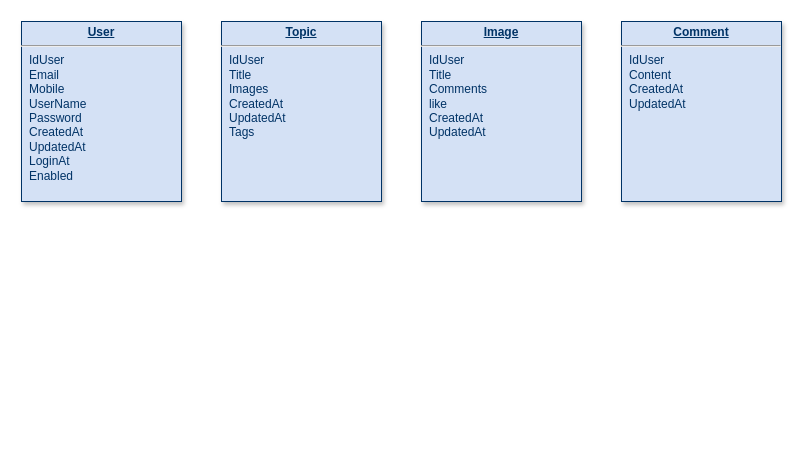
This is page "Database" (5 of 5) of gif.drawio from goldmine/base, a draw.io file, before an edit. Source tidied: cells renumbered, new cells numbered last; positions are measured from the earlier drawing's top-left corner, leaving out a move shared by most shapes. Both pictures are drawn from the tidied source at 100%, with x=0, y=0 at pixel (21, 21).
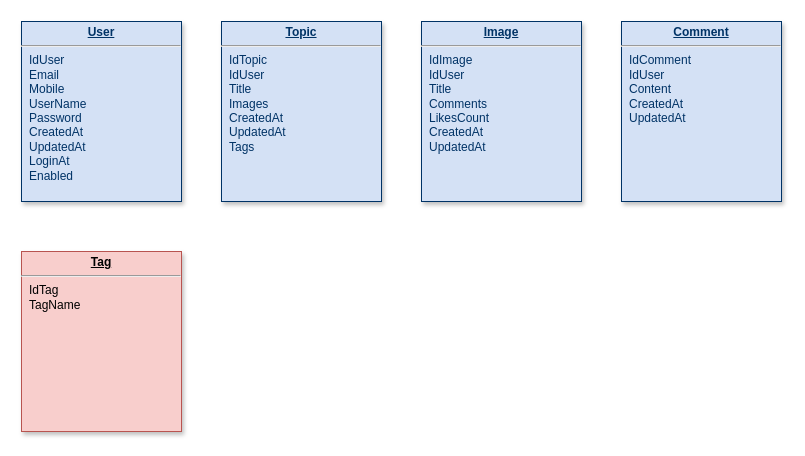
After the change.

What changed in the source:
```diff
@@
 <mxGraphModel>
   <root>
     <mxCell id="0" />
     <mxCell id="1" parent="0" />
-    <mxCell id="2" value="&lt;p style=&quot;margin: 0px ; margin-top: 4px ; text-align: center ; text-decoration: underline&quot;&gt;&lt;strong&gt;User&lt;/strong&gt;&lt;/p&gt;&lt;hr&gt;&lt;p style=&quot;margin: 0px ; margin-left: 8px&quot;&gt;IdUser&lt;/p&gt;&lt;p style=&quot;margin: 0px ; margin-left: 8px&quot;&gt;Email&lt;/p&gt;&lt;p style=&quot;margin: 0px ; margin-left: 8px&quot;&gt;Mobile&lt;/p&gt;&lt;p style=&quot;margin: 0px ; margin-left: 8px&quot;&gt;UserName&lt;/p&gt;&lt;p style=&quot;margin: 0px ; margin-left: 8px&quot;&gt;Password&lt;/p&gt;&lt;p style=&quot;margin: 0px ; margin-left: 8px&quot;&gt;CreatedAt&lt;/p&gt;&lt;p style=&quot;margin: 0px ; margin-left: 8px&quot;&gt;UpdatedAt&lt;/p&gt;&lt;p style=&quot;margin: 0px ; margin-left: 8px&quot;&gt;LoginAt&lt;/p&gt;&lt;p style=&quot;margin: 0px ; margin-left: 8px&quot;&gt;Enabled&lt;/p&gt;" style="verticalAlign=top;align=left;overflow=fill;fontSize=12;fontFamily=Helvetica;html=1;strokeColor=#003366;shadow=1;fillColor=#D4E1F5;fontColor=#003366;" parent="1" vertex="1">
+    <mxCell id="2" value="&lt;p style=&quot;margin: 0px ; margin-top: 4px ; text-align: center ; text-decoration: underline&quot;&gt;&lt;strong&gt;User&lt;/strong&gt;&lt;/p&gt;&lt;hr&gt;&lt;p style=&quot;margin: 0px ; margin-left: 8px&quot;&gt;IdUser&lt;/p&gt;&lt;p style=&quot;margin: 0px ; margin-left: 8px&quot;&gt;Email&lt;/p&gt;&lt;p style=&quot;margin: 0px ; margin-left: 8px&quot;&gt;Mobile&lt;/p&gt;&lt;p style=&quot;margin: 0px ; margin-left: 8px&quot;&gt;UserName&lt;/p&gt;&lt;p style=&quot;margin: 0px ; margin-left: 8px&quot;&gt;Password&lt;/p&gt;&lt;p style=&quot;margin: 0px ; margin-left: 8px&quot;&gt;CreatedAt&lt;/p&gt;&lt;p style=&quot;margin: 0px ; margin-left: 8px&quot;&gt;UpdatedAt&lt;/p&gt;&lt;p style=&quot;margin: 0px ; margin-left: 8px&quot;&gt;LoginAt&lt;/p&gt;&lt;p style=&quot;margin: 0px ; margin-left: 8px&quot;&gt;Enabled&lt;/p&gt;&lt;p style=&quot;margin: 0px ; margin-left: 8px&quot;&gt;&lt;br&gt;&lt;/p&gt;" style="verticalAlign=top;align=left;overflow=fill;fontSize=12;fontFamily=Helvetica;html=1;strokeColor=#003366;shadow=1;fillColor=#D4E1F5;fontColor=#003366;" parent="1" vertex="1">
       <mxGeometry width="160" height="180" as="geometry" />
     </mxCell>
-    <mxCell id="3" value="&lt;p style=&quot;margin: 0px ; margin-top: 4px ; text-align: center ; text-decoration: underline&quot;&gt;&lt;strong&gt;Topic&lt;/strong&gt;&lt;/p&gt;&lt;hr&gt;&lt;p style=&quot;margin: 0px ; margin-left: 8px&quot;&gt;IdUser&lt;/p&gt;&lt;p style=&quot;margin: 0px ; margin-left: 8px&quot;&gt;Title&lt;/p&gt;&lt;p style=&quot;margin: 0px ; margin-left: 8px&quot;&gt;Images&lt;/p&gt;&lt;p style=&quot;margin: 0px 0px 0px 8px&quot;&gt;CreatedAt&lt;/p&gt;&lt;p style=&quot;margin: 0px 0px 0px 8px&quot;&gt;UpdatedAt&lt;/p&gt;&lt;p style=&quot;margin: 0px 0px 0px 8px&quot;&gt;Tags&lt;/p&gt;&lt;p style=&quot;margin: 0px ; margin-left: 8px&quot;&gt;&lt;br&gt;&lt;/p&gt;" style="verticalAlign=top;align=left;overflow=fill;fontSize=12;fontFamily=Helvetica;html=1;strokeColor=#003366;shadow=1;fillColor=#D4E1F5;fontColor=#003366;" parent="1" vertex="1">
+    <mxCell id="3" value="&lt;p style=&quot;margin: 0px ; margin-top: 4px ; text-align: center ; text-decoration: underline&quot;&gt;&lt;strong&gt;Topic&lt;/strong&gt;&lt;/p&gt;&lt;hr&gt;&lt;p style=&quot;margin: 0px ; margin-left: 8px&quot;&gt;IdTopic&lt;/p&gt;&lt;p style=&quot;margin: 0px ; margin-left: 8px&quot;&gt;IdUser&lt;/p&gt;&lt;p style=&quot;margin: 0px ; margin-left: 8px&quot;&gt;Title&lt;/p&gt;&lt;p style=&quot;margin: 0px ; margin-left: 8px&quot;&gt;Images&lt;/p&gt;&lt;p style=&quot;margin: 0px 0px 0px 8px&quot;&gt;CreatedAt&lt;/p&gt;&lt;p style=&quot;margin: 0px 0px 0px 8px&quot;&gt;UpdatedAt&lt;/p&gt;&lt;p style=&quot;margin: 0px 0px 0px 8px&quot;&gt;Tags&lt;/p&gt;&lt;p style=&quot;margin: 0px ; margin-left: 8px&quot;&gt;&lt;br&gt;&lt;/p&gt;" style="verticalAlign=top;align=left;overflow=fill;fontSize=12;fontFamily=Helvetica;html=1;strokeColor=#003366;shadow=1;fillColor=#D4E1F5;fontColor=#003366;" parent="1" vertex="1">
       <mxGeometry x="200" width="160" height="180" as="geometry" />
     </mxCell>
-    <mxCell id="4" value="&lt;p style=&quot;margin: 0px ; margin-top: 4px ; text-align: center ; text-decoration: underline&quot;&gt;&lt;strong&gt;Image&lt;/strong&gt;&lt;/p&gt;&lt;hr&gt;&lt;p style=&quot;margin: 0px ; margin-left: 8px&quot;&gt;IdUser&lt;/p&gt;&lt;p style=&quot;margin: 0px ; margin-left: 8px&quot;&gt;Title&lt;/p&gt;&lt;p style=&quot;margin: 0px ; margin-left: 8px&quot;&gt;Comments&lt;/p&gt;&lt;p style=&quot;margin: 0px ; margin-left: 8px&quot;&gt;like&lt;/p&gt;&lt;p style=&quot;margin: 0px 0px 0px 8px&quot;&gt;CreatedAt&lt;/p&gt;&lt;p style=&quot;margin: 0px 0px 0px 8px&quot;&gt;UpdatedAt&lt;/p&gt;&lt;p style=&quot;margin: 0px ; margin-left: 8px&quot;&gt;&lt;br&gt;&lt;/p&gt;" style="verticalAlign=top;align=left;overflow=fill;fontSize=12;fontFamily=Helvetica;html=1;strokeColor=#003366;shadow=1;fillColor=#D4E1F5;fontColor=#003366;" parent="1" vertex="1">
+    <mxCell id="4" value="&lt;p style=&quot;margin: 0px ; margin-top: 4px ; text-align: center ; text-decoration: underline&quot;&gt;&lt;strong&gt;Image&lt;/strong&gt;&lt;/p&gt;&lt;hr&gt;&lt;p style=&quot;margin: 0px ; margin-left: 8px&quot;&gt;IdImage&lt;/p&gt;&lt;p style=&quot;margin: 0px ; margin-left: 8px&quot;&gt;IdUser&lt;/p&gt;&lt;p style=&quot;margin: 0px ; margin-left: 8px&quot;&gt;Title&lt;/p&gt;&lt;p style=&quot;margin: 0px ; margin-left: 8px&quot;&gt;Comments&lt;/p&gt;&lt;p style=&quot;margin: 0px ; margin-left: 8px&quot;&gt;LikesCount&lt;/p&gt;&lt;p style=&quot;margin: 0px 0px 0px 8px&quot;&gt;CreatedAt&lt;/p&gt;&lt;p style=&quot;margin: 0px 0px 0px 8px&quot;&gt;UpdatedAt&lt;/p&gt;&lt;p style=&quot;margin: 0px ; margin-left: 8px&quot;&gt;&lt;br&gt;&lt;/p&gt;" style="verticalAlign=top;align=left;overflow=fill;fontSize=12;fontFamily=Helvetica;html=1;strokeColor=#003366;shadow=1;fillColor=#D4E1F5;fontColor=#003366;" parent="1" vertex="1">
       <mxGeometry x="400" width="160" height="180" as="geometry" />
     </mxCell>
-    <mxCell id="5" value="&lt;p style=&quot;margin: 0px ; margin-top: 4px ; text-align: center ; text-decoration: underline&quot;&gt;&lt;strong&gt;Comment&lt;/strong&gt;&lt;/p&gt;&lt;hr&gt;&lt;p style=&quot;margin: 0px ; margin-left: 8px&quot;&gt;IdUser&lt;/p&gt;&lt;p style=&quot;margin: 0px ; margin-left: 8px&quot;&gt;Content&lt;/p&gt;&lt;p style=&quot;margin: 0px 0px 0px 8px&quot;&gt;CreatedAt&lt;/p&gt;&lt;p style=&quot;margin: 0px 0px 0px 8px&quot;&gt;UpdatedAt&lt;/p&gt;&lt;p style=&quot;margin: 0px ; margin-left: 8px&quot;&gt;&lt;br&gt;&lt;/p&gt;" style="verticalAlign=top;align=left;overflow=fill;fontSize=12;fontFamily=Helvetica;html=1;strokeColor=#003366;shadow=1;fillColor=#D4E1F5;fontColor=#003366;" parent="1" vertex="1">
+    <mxCell id="5" value="&lt;p style=&quot;margin: 0px ; margin-top: 4px ; text-align: center ; text-decoration: underline&quot;&gt;&lt;strong&gt;Comment&lt;/strong&gt;&lt;/p&gt;&lt;hr&gt;&lt;p style=&quot;margin: 0px ; margin-left: 8px&quot;&gt;IdComment&lt;br&gt;IdUser&lt;/p&gt;&lt;p style=&quot;margin: 0px ; margin-left: 8px&quot;&gt;Content&lt;/p&gt;&lt;p style=&quot;margin: 0px 0px 0px 8px&quot;&gt;CreatedAt&lt;/p&gt;&lt;p style=&quot;margin: 0px 0px 0px 8px&quot;&gt;UpdatedAt&lt;/p&gt;&lt;p style=&quot;margin: 0px ; margin-left: 8px&quot;&gt;&lt;br&gt;&lt;/p&gt;" style="verticalAlign=top;align=left;overflow=fill;fontSize=12;fontFamily=Helvetica;html=1;strokeColor=#003366;shadow=1;fillColor=#D4E1F5;fontColor=#003366;" parent="1" vertex="1">
       <mxGeometry x="600" width="160" height="180" as="geometry" />
     </mxCell>
+    <mxCell id="6" value="&lt;p style=&quot;margin: 0px ; margin-top: 4px ; text-align: center ; text-decoration: underline&quot;&gt;&lt;strong&gt;Tag&lt;/strong&gt;&lt;/p&gt;&lt;hr&gt;&lt;p style=&quot;margin: 0px ; margin-left: 8px&quot;&gt;IdTag&lt;/p&gt;&lt;p style=&quot;margin: 0px ; margin-left: 8px&quot;&gt;TagName&lt;/p&gt;&lt;p style=&quot;margin: 0px ; margin-left: 8px&quot;&gt;&lt;br&gt;&lt;/p&gt;" style="verticalAlign=top;align=left;overflow=fill;fontSize=12;fontFamily=Helvetica;html=1;strokeColor=#b85450;shadow=1;fillColor=#f8cecc;" parent="1" vertex="1">
+      <mxGeometry y="230" width="160" height="180" as="geometry" />
+    </mxCell>
   </root>
 </mxGraphModel>
```
